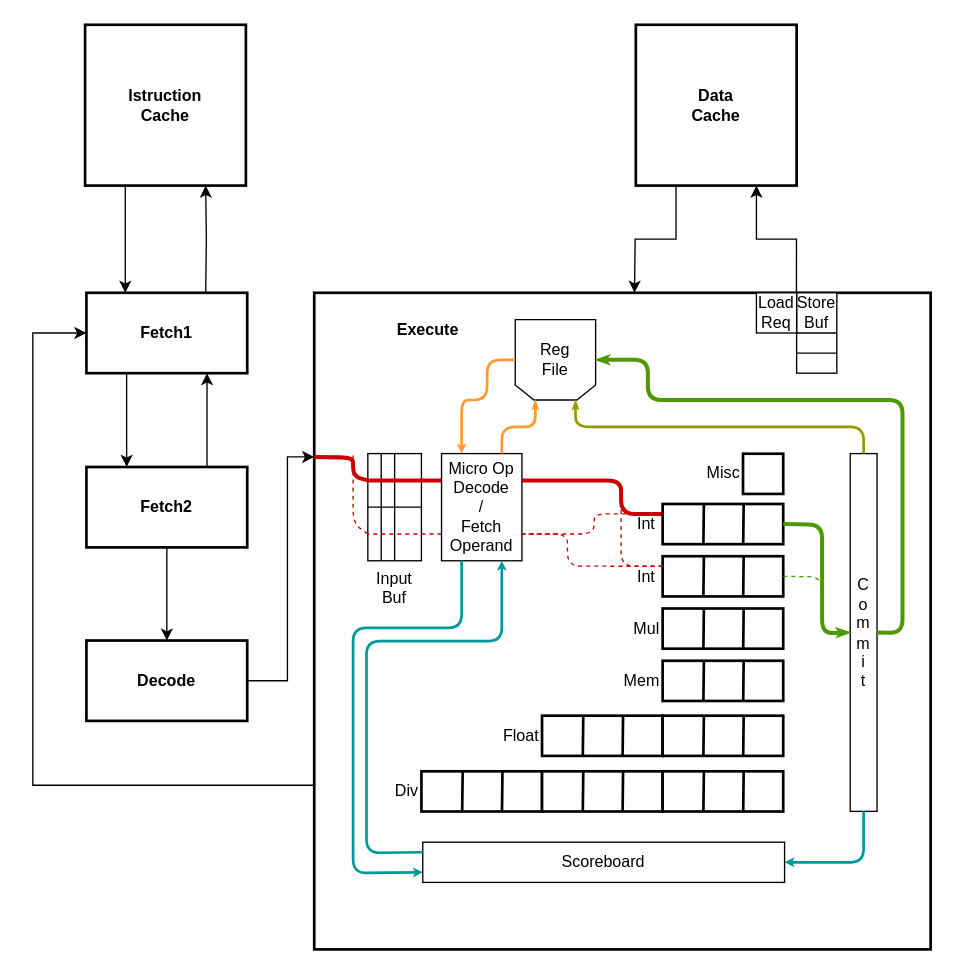
The90Frank/MinorArmAnalyzer keeps this draw.io diagram as Diagrammi/MinorArmIntOp.drawio. Above is the earlier version. Source tidied: cells renumbered, new cells numbered last; positions are measured from the earlier drawing's top-left corner, leaving out a move shared by most shapes. Both pictures are drawn from the tidied source at 134%, with x=0, y=0 at pixel (32, 24).
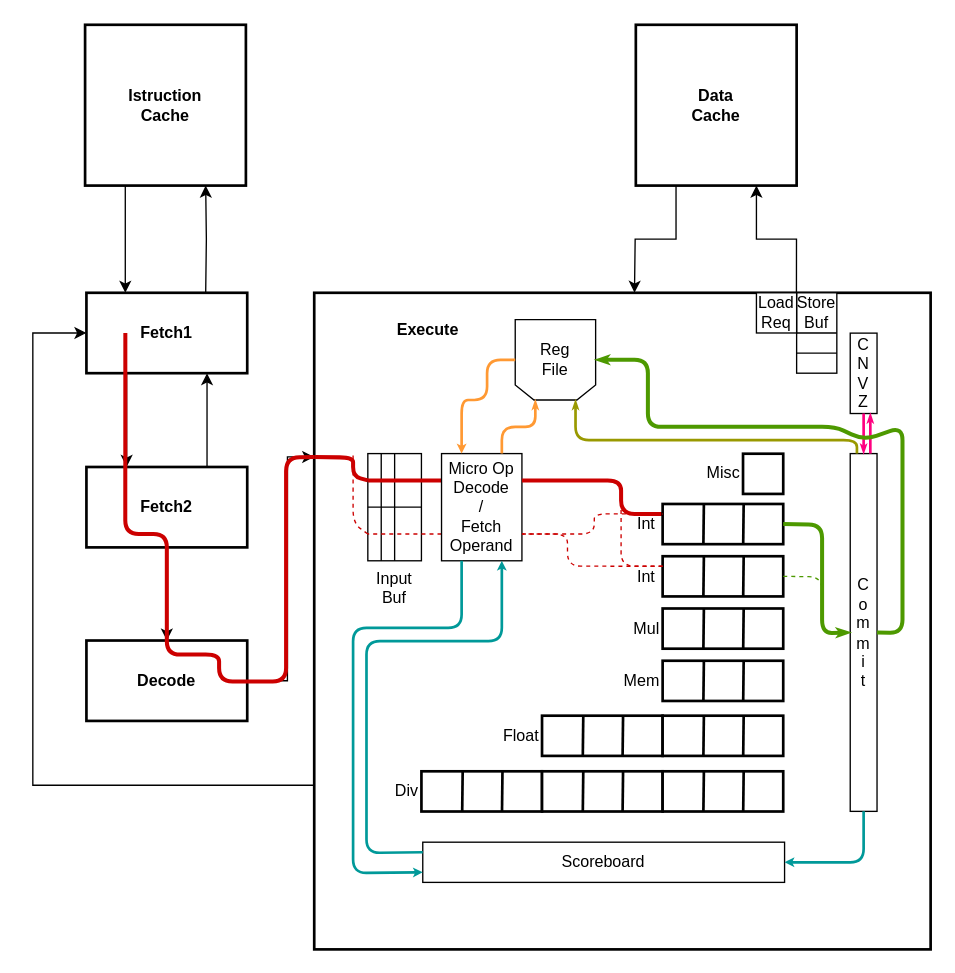
The same diagram, later.

Unchanged cells that the change refers to:
```xml
<mxCell id="3" value="Fetch1" style="rounded=0;whiteSpace=wrap;html=1;fontStyle=1;strokeWidth=2;" parent="1" vertex="1">
  <mxGeometry x="40" y="200" width="120" height="60" as="geometry" />
</mxCell>
<mxCell id="10" value="&amp;nbsp; &amp;nbsp; &amp;nbsp; &amp;nbsp; &amp;nbsp; &lt;br&gt;&amp;nbsp; &amp;nbsp; &amp;nbsp; &amp;nbsp; &amp;nbsp; &amp;nbsp; &amp;nbsp; &amp;nbsp; &amp;nbsp; &lt;b&gt;Execute&lt;/b&gt;" style="rounded=0;whiteSpace=wrap;html=1;verticalAlign=top;labelPosition=center;verticalLabelPosition=middle;align=left;strokeWidth=2;" parent="1" vertex="1">
  <mxGeometry x="210" y="200" width="460" height="490" as="geometry" />
</mxCell>
<mxCell id="11" value="C&lt;br&gt;o&lt;br&gt;m&lt;br&gt;m&lt;br&gt;i&lt;br&gt;t" style="rounded=0;whiteSpace=wrap;html=1;align=center;strokeWidth=1;" parent="1" vertex="1">
  <mxGeometry x="610" y="320" width="20" height="267" as="geometry" />
</mxCell>
<mxCell id="52" style="shape=loopLimit;whiteSpace=wrap;html=1;align=left;rotation=180;size=14;" parent="1" vertex="1">
  <mxGeometry x="360" y="220" width="60" height="60" as="geometry" />
</mxCell>
```

What changed in the source:
```diff
@@
-    <mxCell id="68" style="endArrow=classicThin;html=1;strokeColor=#999900;strokeWidth=2;endSize=1;startSize=1;endFill=1;entryX=0.25;entryY=0;entryDx=0;entryDy=0;exitX=0.5;exitY=0;exitDx=0;exitDy=0;" parent="1" edge="1" source="11" target="52">
+    <mxCell id="68" style="endArrow=classicThin;html=1;strokeColor=#999900;strokeWidth=2;endSize=1;startSize=1;endFill=1;entryX=0.25;entryY=0;entryDx=0;entryDy=0;exitX=0.25;exitY=0;exitDx=0;exitDy=0;" parent="1" edge="1" source="11" target="52">
       <mxGeometry relative="1" as="geometry">
         <Array as="points">
-          <mxPoint x="620" y="300" />
-          <mxPoint x="599" y="300" />
-          <mxPoint x="479" y="300" />
-          <mxPoint x="405" y="300" />
+          <mxPoint x="615" y="310" />
+          <mxPoint x="405" y="310" />
         </Array>
       </mxGeometry>
     </mxCell>
@@
+    <mxCell id="76" value="C&lt;br&gt;N&lt;br&gt;V&lt;br&gt;Z" style="rounded=0;whiteSpace=wrap;html=1;" parent="1" vertex="1">
+      <mxGeometry x="610" y="230.1" width="20" height="60" as="geometry" />
+    </mxCell>
+    <mxCell id="77" style="endArrow=classicThin;html=1;exitX=0.5;exitY=1;exitDx=0;exitDy=0;endFill=1;startSize=3;endSize=1;strokeWidth=2;strokeColor=#FF0080;" parent="1" edge="1" source="76" target="11">
+      <mxGeometry relative="1" as="geometry" />
+    </mxCell>
+    <mxCell id="78" style="endArrow=classicThin;html=1;exitX=0.75;exitY=0;exitDx=0;exitDy=0;endFill=1;startSize=3;endSize=1;strokeWidth=2;strokeColor=#FF0080;entryX=0.75;entryY=1;entryDx=0;entryDy=0;" parent="1" edge="1" source="11" target="76">
+      <mxGeometry relative="1" as="geometry" />
+    </mxCell>
+    <mxCell id="79" style="endArrow=none;html=1;strokeColor=#CC0000;strokeWidth=3;entryX=0.242;entryY=0.5;entryDx=0;entryDy=0;entryPerimeter=0;exitX=0;exitY=0.25;exitDx=0;exitDy=0;" parent="1" edge="1" source="10" target="3">
+      <mxGeometry relative="1" as="geometry">
+        <Array as="points">
+          <mxPoint x="189" y="323" />
+          <mxPoint x="189" y="490" />
+          <mxPoint x="139" y="490" />
+          <mxPoint x="139" y="470" />
+          <mxPoint x="100" y="470" />
+          <mxPoint x="100" y="380" />
+          <mxPoint x="69" y="380" />
+        </Array>
+      </mxGeometry>
+    </mxCell>
     <mxCell id="75" style="endArrow=classicThin;html=1;strokeColor=#4D9900;strokeWidth=3;endFill=1;startSize=4;endSize=1;exitX=1;exitY=0.5;exitDx=0;exitDy=0;entryX=0;entryY=0.5;entryDx=0;entryDy=0;" parent="1" edge="1" source="11" target="52">
       <mxGeometry relative="1" as="geometry">
         <Array as="points">
           <mxPoint x="649" y="454" />
-          <mxPoint x="649" y="280" />
-          <mxPoint x="459" y="280" />
+          <mxPoint x="649" y="300" />
+          <mxPoint x="620" y="310" />
+          <mxPoint x="599" y="300" />
+          <mxPoint x="459" y="300" />
           <mxPoint x="459" y="250" />
         </Array>
       </mxGeometry>
     </mxCell>
```
